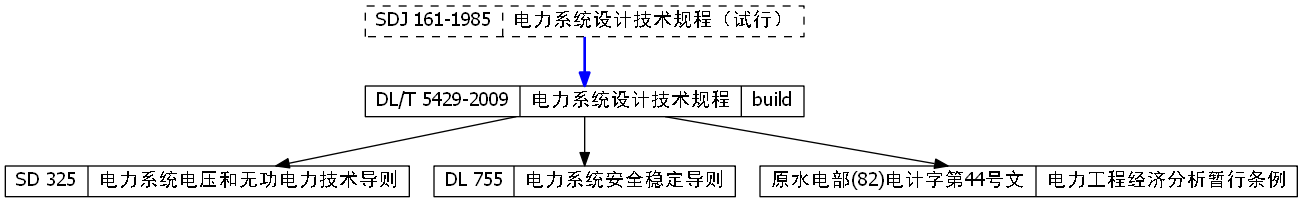
Before: 电气工程/standards.png, a diagram exported from Graphviz (bamboosjtu/PowerNotes). Its source is kept beside it as 电气工程/standards.dot. Its diagram source:
```dot
digraph G{

    node[shape=record, height=.1, fontname="Heiti"];
    node_161[label = "<f0> SDJ 161-1985 |<f1> 电力系统设计技术规程（试行）", style=dashed];
    node_325[label = "<f0> SD 325 |<f1> 电力系统电压和无功电力技术导则"];
    node_5429[label = "<f0> DL/T 5429-2009 |<f1> 电力系统设计技术规程 |<f2> build"];
    node_755[label = "<f0> DL 755 |<f1> 电力系统安全稳定导则"];
    node_044[label = "<f0> 原水电部(82)电计字第44号文 |<f1> 电力工程经济分析暂行条例"];

    node_161 -> node_5429[style=bold, color=blue];

    node_5429 -> node_755;
    node_5429 -> node_325;
    node_5429 -> node_044;

}
```
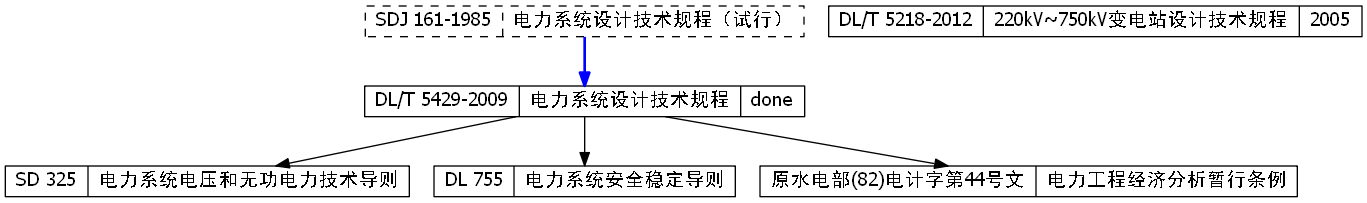
Above is the later version.

Change to the diagram source:
```diff
@@ -3,7 +3,8 @@
     node[shape=record, height=.1, fontname="Heiti"];
     node_161[label = "<f0> SDJ 161-1985 |<f1> 电力系统设计技术规程（试行）", style=dashed];
     node_325[label = "<f0> SD 325 |<f1> 电力系统电压和无功电力技术导则"];
-    node_5429[label = "<f0> DL/T 5429-2009 |<f1> 电力系统设计技术规程 |<f2> build"];
+    node_5218[label = "<f0> DL/T 5218-2012 |<f1> 220kV~750kV变电站设计技术规程 |<f2> 2005"];
+    node_5429[label = "<f0> DL/T 5429-2009 |<f1> 电力系统设计技术规程 |<f2> done"];
     node_755[label = "<f0> DL 755 |<f1> 电力系统安全稳定导则"];
     node_044[label = "<f0> 原水电部(82)电计字第44号文 |<f1> 电力工程经济分析暂行条例"];
 
```
